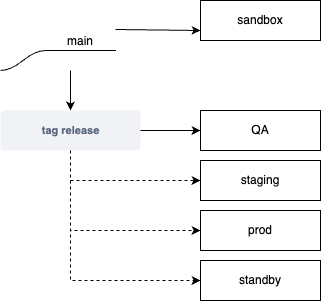
Before: platform-apps-git.drawio.png, a diagram exported from draw.io (dfds/platform-apps). Source tidied: cells renumbered, new cells last; positions are measured from the earlier drawing's top-left corner, leaving out a move shared by most shapes.
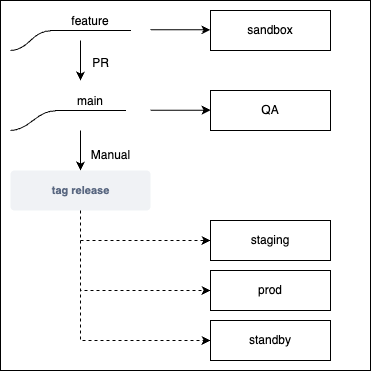
Later version of the same file.

Commit message:
Refactor release process documentation for clarity and update workflow diagram

Diff of the diagram source:
```diff
@@ -2,6 +2,9 @@
   <root>
     <mxCell id="0" />
     <mxCell id="1" parent="0" />
+    <mxCell id="16" style="whiteSpace=wrap;html=1;" parent="1" vertex="1">
+      <mxGeometry x="-10" y="-60" width="370" height="370" as="geometry" />
+    </mxCell>
     <mxCell id="2" value="main" style="whiteSpace=wrap;html=1;shape=partialRectangle;top=0;left=0;bottom=1;right=0;points=[[0,1],[1,1]];fillColor=none;align=center;verticalAlign=bottom;routingCenterY=0.5;snapToPoint=1;newEdgeStyle={&quot;edgeStyle&quot;:&quot;entityRelationEdgeStyle&quot;,&quot;startArrow&quot;:&quot;none&quot;,&quot;endArrow&quot;:&quot;none&quot;,&quot;segment&quot;:10,&quot;curved&quot;:1,&quot;sourcePerimeterSpacing&quot;:0,&quot;targetPerimeterSpacing&quot;:0};" parent="1" vertex="1">
       <mxGeometry x="45" y="20" width="70" height="30" as="geometry" />
     </mxCell>
@@ -11,10 +14,10 @@
       </mxGeometry>
     </mxCell>
     <mxCell id="4" value="sandbox" style="rounded=0;whiteSpace=wrap;html=1;" parent="1" vertex="1">
-      <mxGeometry x="200" width="120" height="40" as="geometry" />
+      <mxGeometry x="200" y="-50" width="120" height="40" as="geometry" />
     </mxCell>
     <mxCell id="5" value="QA" style="rounded=0;whiteSpace=wrap;html=1;" parent="1" vertex="1">
-      <mxGeometry x="200" y="110" width="120" height="40" as="geometry" />
+      <mxGeometry x="200" y="30" width="120" height="40" as="geometry" />
     </mxCell>
     <mxCell id="6" value="staging" style="rounded=0;whiteSpace=wrap;html=1;" parent="1" vertex="1">
       <mxGeometry x="200" y="160" width="120" height="40" as="geometry" />
@@ -31,9 +34,10 @@
     <mxCell id="9" value="tag release" style="dashed=0;html=1;fillColor=#F0F2F5;strokeColor=none;align=center;rounded=1;arcSize=10;fontColor=#596780;fontStyle=1;fontSize=11;shadow=0;" parent="1" vertex="1">
       <mxGeometry y="110" width="140" height="40" as="geometry" />
     </mxCell>
-    <mxCell id="10" style="endArrow=classic;html=1;rounded=0;exitX=1;exitY=0.5;exitDx=0;exitDy=0;entryX=0;entryY=0.5;entryDx=0;entryDy=0;" parent="1" edge="1" source="9">
+    <mxCell id="10" style="endArrow=classic;html=1;rounded=0;exitX=1;exitY=0.5;exitDx=0;exitDy=0;entryX=0;entryY=0.5;entryDx=0;entryDy=0;" parent="1" edge="1">
       <mxGeometry relative="1" as="geometry">
-        <mxPoint x="200" y="130" as="targetPoint" />
+        <mxPoint x="140" y="49.7" as="sourcePoint" />
+        <mxPoint x="200" y="49.7" as="targetPoint" />
       </mxGeometry>
     </mxCell>
     <mxCell id="11" style="endArrow=classic;html=1;rounded=0;exitX=0.5;exitY=1;exitDx=0;exitDy=0;entryX=0;entryY=0.5;entryDx=0;entryDy=0;dashed=1;" parent="1" edge="1" source="9" target="6">
@@ -51,9 +55,6 @@
         </Array>
       </mxGeometry>
     </mxCell>
-    <mxCell id="13" style="endArrow=classic;html=1;rounded=0;exitX=1;exitY=0.3;exitDx=0;exitDy=0;exitPerimeter=0;entryX=0;entryY=0.75;entryDx=0;entryDy=0;" parent="1" edge="1" source="2" target="4">
-      <mxGeometry relative="1" as="geometry" />
-    </mxCell>
     <mxCell id="14" value="standby" style="rounded=0;whiteSpace=wrap;html=1;" parent="1" vertex="1">
       <mxGeometry x="200" y="260" width="120" height="40" as="geometry" />
     </mxCell>
@@ -64,5 +65,31 @@
         </Array>
       </mxGeometry>
     </mxCell>
+    <mxCell id="17" value="feature" style="whiteSpace=wrap;html=1;shape=partialRectangle;top=0;left=0;bottom=1;right=0;points=[[0,1],[1,1]];fillColor=none;align=center;verticalAlign=bottom;routingCenterY=0.5;snapToPoint=1;newEdgeStyle={&quot;edgeStyle&quot;:&quot;entityRelationEdgeStyle&quot;,&quot;startArrow&quot;:&quot;none&quot;,&quot;endArrow&quot;:&quot;none&quot;,&quot;segment&quot;:10,&quot;curved&quot;:1,&quot;sourcePerimeterSpacing&quot;:0,&quot;targetPerimeterSpacing&quot;:0};" parent="1" vertex="1">
+      <mxGeometry x="40" y="-60" width="80" height="30" as="geometry" />
+    </mxCell>
+    <mxCell id="18" style="edgeStyle=entityRelationEdgeStyle;startArrow=none;endArrow=none;segment=10;curved=1;sourcePerimeterSpacing=0;targetPerimeterSpacing=0;rounded=0;" parent="1" edge="1" target="17">
+      <mxGeometry relative="1" as="geometry">
+        <mxPoint y="-10" as="sourcePoint" />
+      </mxGeometry>
+    </mxCell>
+    <mxCell id="19" style="endArrow=classic;html=1;rounded=0;exitX=1;exitY=0.5;exitDx=0;exitDy=0;entryX=0;entryY=0.5;entryDx=0;entryDy=0;" parent="1" edge="1">
+      <mxGeometry relative="1" as="geometry">
+        <mxPoint x="140" y="-30.7" as="sourcePoint" />
+        <mxPoint x="200" y="-30.7" as="targetPoint" />
+      </mxGeometry>
+    </mxCell>
+    <mxCell id="20" style="endArrow=classic;html=1;rounded=0;exitX=0.5;exitY=1;exitDx=0;exitDy=0;" parent="1" edge="1">
+      <mxGeometry relative="1" as="geometry">
+        <mxPoint x="70" y="-20" as="sourcePoint" />
+        <mxPoint x="70" y="20" as="targetPoint" />
+      </mxGeometry>
+    </mxCell>
+    <mxCell id="21" value="PR" style="text;html=1;align=center;verticalAlign=middle;strokeColor=none;fillColor=none;" parent="1" vertex="1">
+      <mxGeometry x="70" y="-12" width="40" height="30" as="geometry" />
+    </mxCell>
+    <mxCell id="22" value="Manual" style="text;html=1;align=center;verticalAlign=middle;strokeColor=none;fillColor=none;" parent="1" vertex="1">
+      <mxGeometry x="70" y="80" width="60" height="30" as="geometry" />
+    </mxCell>
   </root>
 </mxGraphModel>
```
